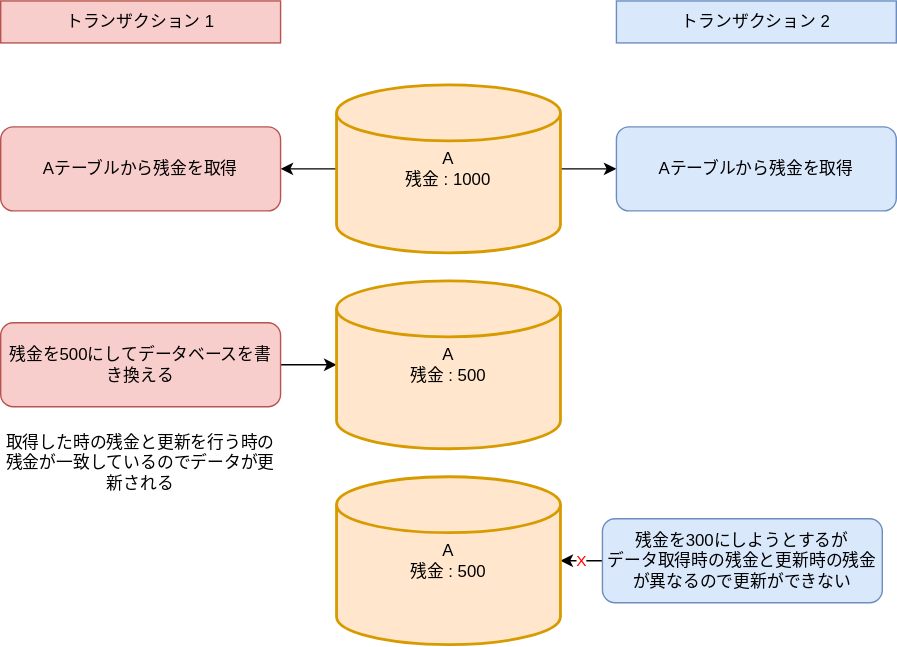
koseki2580/study-docs keeps this draw.io diagram as static/img/svg/Database/transaction/transaction-2.drawio.svg. Above is the earlier version. Source tidied: cells renumbered, new cells last; positions are measured from the earlier drawing's top-left corner, leaving out a move shared by most shapes.
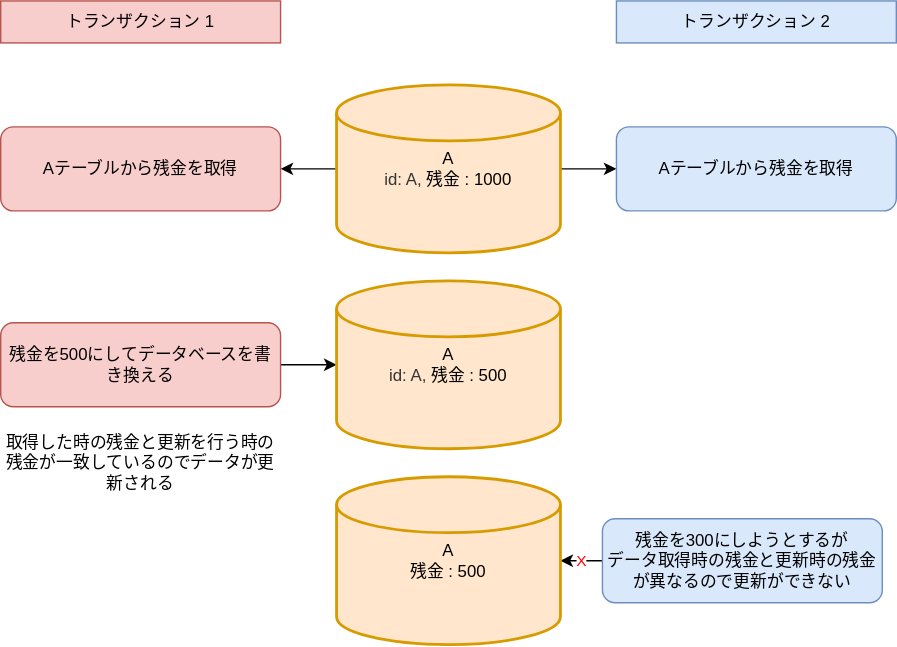
After the change.

Diff of the diagram source:
```diff
@@ -8,7 +8,7 @@
     <mxCell id="3" style="edgeStyle=none;html=1;" parent="1" edge="1" source="4" target="5">
       <mxGeometry relative="1" as="geometry" />
     </mxCell>
-    <mxCell id="4" value="A&lt;br&gt;残金 : 1000" style="strokeWidth=2;html=1;shape=mxgraph.flowchart.database;whiteSpace=wrap;fillColor=#ffe6cc;strokeColor=#d79b00;" parent="1" vertex="1">
+    <mxCell id="4" value="A&lt;br&gt;&lt;span style=&quot;color: rgb(51 , 51 , 51)&quot;&gt;id: A,&amp;nbsp;&lt;/span&gt;残金 : 1000" style="strokeWidth=2;html=1;shape=mxgraph.flowchart.database;whiteSpace=wrap;fillColor=#ffe6cc;strokeColor=#d79b00;" parent="1" vertex="1">
       <mxGeometry x="240" y="60" width="160" height="120" as="geometry" />
     </mxCell>
     <mxCell id="5" value="Aテーブルから残金を取得" style="rounded=1;whiteSpace=wrap;html=1;fillColor=#f8cecc;strokeColor=#b85450;" parent="1" vertex="1">
@@ -35,7 +35,7 @@
     <mxCell id="12" value="残金を300にしようとするが&lt;br&gt;データ取得時の残金と更新時の残金が異なるので更新ができない" style="rounded=1;whiteSpace=wrap;html=1;fillColor=#dae8fc;strokeColor=#6c8ebf;" parent="1" vertex="1">
       <mxGeometry x="430" y="370" width="200" height="60" as="geometry" />
     </mxCell>
-    <mxCell id="13" value="A&lt;br&gt;残金 : 500" style="strokeWidth=2;html=1;shape=mxgraph.flowchart.database;whiteSpace=wrap;fillColor=#ffe6cc;strokeColor=#d79b00;" parent="1" vertex="1">
+    <mxCell id="13" value="A&lt;br&gt;&lt;span style=&quot;color: rgb(51 , 51 , 51)&quot;&gt;id: A,&amp;nbsp;&lt;/span&gt;残金 : 500" style="strokeWidth=2;html=1;shape=mxgraph.flowchart.database;whiteSpace=wrap;fillColor=#ffe6cc;strokeColor=#d79b00;" parent="1" vertex="1">
       <mxGeometry x="240" y="200" width="160" height="120" as="geometry" />
     </mxCell>
     <mxCell id="14" value="取得した時の残金と更新を行う時の残金が一致しているのでデータが更新される" style="text;html=1;strokeColor=none;fillColor=none;align=center;verticalAlign=middle;whiteSpace=wrap;rounded=0;" parent="1" vertex="1">
```
